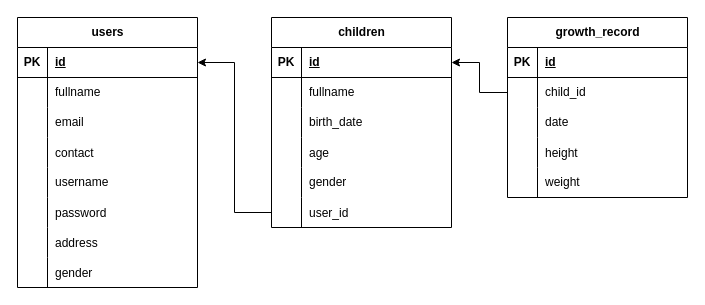
Before: ERD-AnakSehat.drawio in GDSC-24-Team/anak-sehat, a draw.io diagram. Source tidied: cells renumbered, new cells numbered last; positions are measured from the earlier drawing's top-left corner, leaving out a move shared by most shapes. Both pictures are drawn from the tidied source at 100%, with x=0, y=0 at pixel (17, 17).
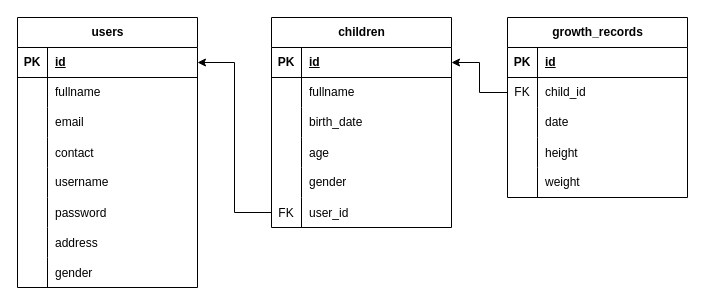
The same diagram, later.

The change refers to these unchanged cells:
```xml
<mxCell id="43" style="shape=tableRow;horizontal=0;startSize=0;swimlaneHead=0;swimlaneBody=0;fillColor=none;points=[[0,0.5],[1,0.5]];portConstraint=eastwest;top=0;left=0;right=0;bottom=0;" parent="27" vertex="1">
  <mxGeometry y="180" width="180" height="30" as="geometry" />
</mxCell>
<mxCell id="50" style="shape=tableRow;horizontal=0;startSize=0;swimlaneHead=0;swimlaneBody=0;fillColor=none;points=[[0,0.5],[1,0.5]];portConstraint=eastwest;top=0;left=0;right=0;bottom=0;" parent="46" vertex="1">
  <mxGeometry y="60" width="180" height="30" as="geometry" />
</mxCell>
```

Change to the diagram source:
```diff
@@
-    <mxCell id="44" style="shape=partialRectangle;fillColor=none;top=0;left=0;bottom=0;right=0;overflow=hidden;" parent="43" vertex="1">
+    <mxCell id="44" value="FK" style="shape=partialRectangle;fillColor=none;top=0;left=0;bottom=0;right=0;overflow=hidden;" parent="43" vertex="1">
       <mxGeometry width="30" height="30" as="geometry" />
     </mxCell>
@@
-    <mxCell id="46" value="growth_record" style="shape=table;startSize=30;childLayout=tableLayout;rowLines=0;fontStyle=1;align=center;html=1;" parent="1" vertex="1">
+    <mxCell id="46" value="growth_records" style="shape=table;startSize=30;childLayout=tableLayout;rowLines=0;fontStyle=1;align=center;html=1;" parent="1" vertex="1">
       <mxGeometry x="490" width="180" height="180" as="geometry" />
     </mxCell>
@@
-    <mxCell id="51" style="shape=partialRectangle;fillColor=none;top=0;left=0;bottom=0;right=0;overflow=hidden;whiteSpace=wrap;html=1;" parent="50" vertex="1">
+    <mxCell id="51" value="FK" style="shape=partialRectangle;fillColor=none;top=0;left=0;bottom=0;right=0;overflow=hidden;whiteSpace=wrap;html=1;" parent="50" vertex="1">
       <mxGeometry width="30" height="30" as="geometry" />
     </mxCell>
```
